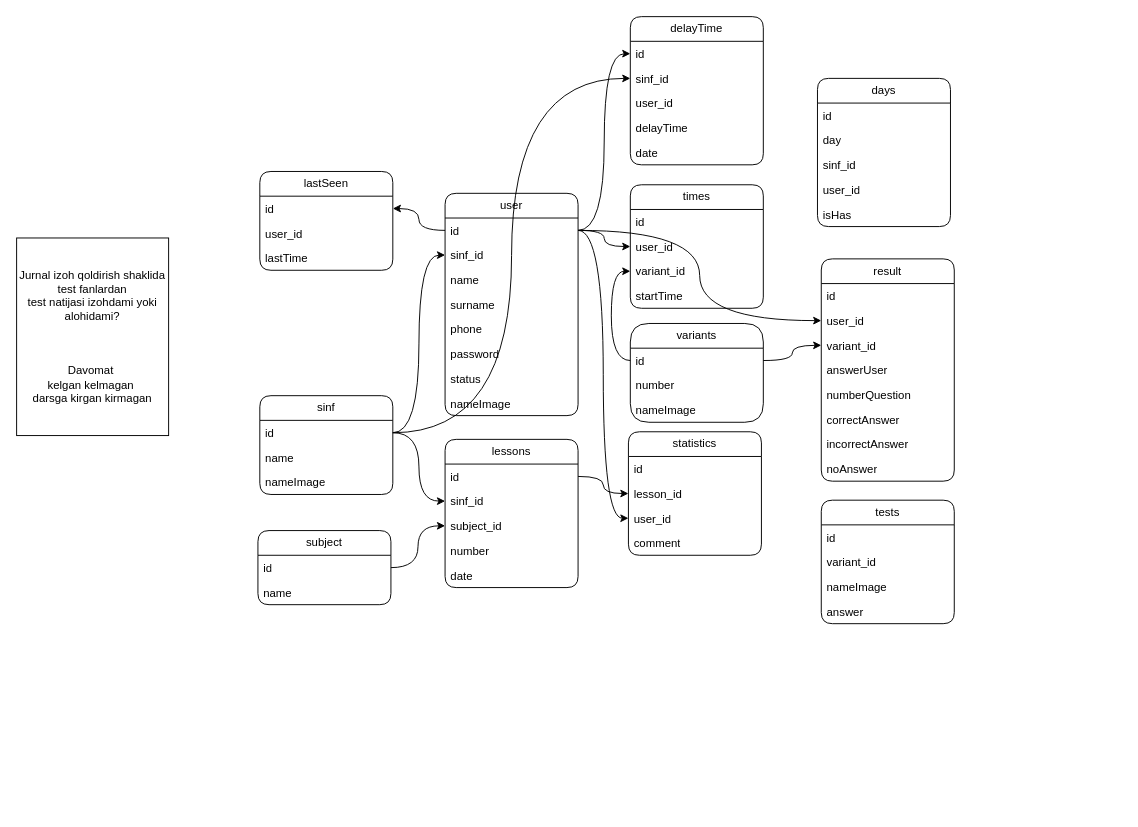
The draw.io diagram Ixlos.drawio in MardonAslonov/DrawIo, before the edit. Source tidied: cells renumbered, new cells numbered last; positions are measured from the earlier drawing's top-left corner, leaving out a move shared by most shapes. Both pictures are drawn from the tidied source at 95%, with x=0, y=0 at pixel (16, 16).
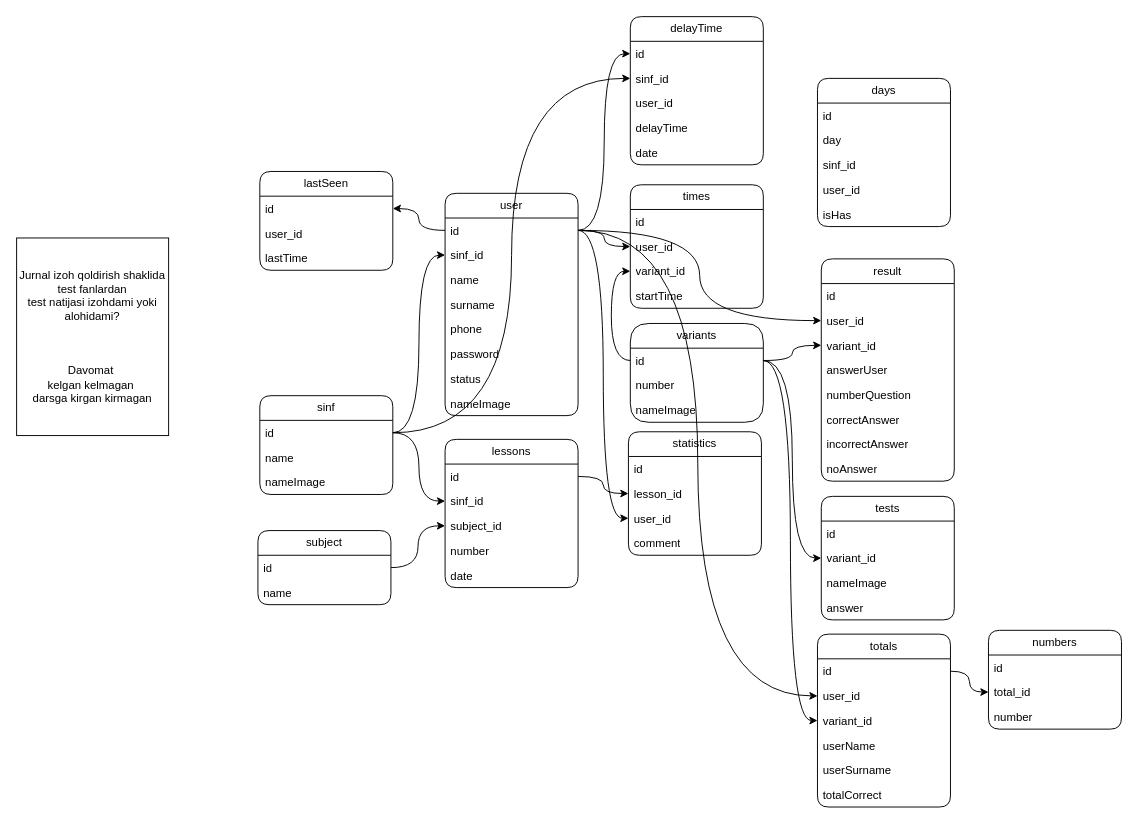
After the change.

Unchanged cells that the change refers to:
```xml
<mxCell id="3" value="id" style="text;strokeColor=none;fillColor=none;align=left;verticalAlign=top;spacingLeft=4;spacingRight=4;overflow=hidden;points=[[0,0.5],[1,0.5]];portConstraint=eastwest;whiteSpace=wrap;html=1;" parent="2" vertex="1">
  <mxGeometry y="26" width="140" height="26" as="geometry" />
</mxCell>
<mxCell id="55" value="id" style="text;strokeColor=none;fillColor=none;align=left;verticalAlign=top;spacingLeft=4;spacingRight=4;overflow=hidden;points=[[0,0.5],[1,0.5]];portConstraint=eastwest;whiteSpace=wrap;html=1;" parent="54" vertex="1">
  <mxGeometry y="26" width="140" height="26" as="geometry" />
</mxCell>
<mxCell id="78" value="variant_id" style="text;strokeColor=none;fillColor=none;align=left;verticalAlign=top;spacingLeft=4;spacingRight=4;overflow=hidden;points=[[0,0.5],[1,0.5]];portConstraint=eastwest;whiteSpace=wrap;html=1;" parent="76" vertex="1">
  <mxGeometry y="52" width="140" height="26" as="geometry" />
</mxCell>
```

The edit, as a diff of the source:
```diff
@@
     <mxCell id="76" value="tests" style="swimlane;fontStyle=0;horizontal=1;startSize=26;fillColor=none;whiteSpace=wrap;html=1;rounded=1;shadow=0;glass=0;" parent="1" vertex="1">
-      <mxGeometry x="847" y="509" width="140" height="130" as="geometry" />
+      <mxGeometry x="847" y="505" width="140" height="130" as="geometry" />
     </mxCell>
@@
+    <mxCell id="81" style="edgeStyle=orthogonalEdgeStyle;rounded=0;jettySize=auto;html=1;entryX=0;entryY=0.5;entryDx=0;entryDy=0;curved=1;" parent="1" edge="1" source="55" target="78">
+      <mxGeometry relative="1" as="geometry" />
+    </mxCell>
+    <mxCell id="82" value="totals" style="swimlane;fontStyle=0;horizontal=1;startSize=26;fillColor=none;whiteSpace=wrap;html=1;rounded=1;shadow=0;glass=0;" parent="1" vertex="1">
+      <mxGeometry x="843" y="650" width="140" height="182" as="geometry" />
+    </mxCell>
+    <mxCell id="83" value="id" style="text;strokeColor=none;fillColor=none;align=left;verticalAlign=top;spacingLeft=4;spacingRight=4;overflow=hidden;points=[[0,0.5],[1,0.5]];portConstraint=eastwest;whiteSpace=wrap;html=1;" parent="82" vertex="1">
+      <mxGeometry y="26" width="140" height="26" as="geometry" />
+    </mxCell>
+    <mxCell id="84" value="user_id" style="text;strokeColor=none;fillColor=none;align=left;verticalAlign=top;spacingLeft=4;spacingRight=4;overflow=hidden;points=[[0,0.5],[1,0.5]];portConstraint=eastwest;whiteSpace=wrap;html=1;" parent="82" vertex="1">
+      <mxGeometry y="52" width="140" height="26" as="geometry" />
+    </mxCell>
+    <mxCell id="85" value="variant_id" style="text;strokeColor=none;fillColor=none;align=left;verticalAlign=top;spacingLeft=4;spacingRight=4;overflow=hidden;points=[[0,0.5],[1,0.5]];portConstraint=eastwest;whiteSpace=wrap;html=1;" parent="82" vertex="1">
+      <mxGeometry y="78" width="140" height="26" as="geometry" />
+    </mxCell>
+    <mxCell id="86" value="userName" style="text;strokeColor=none;fillColor=none;align=left;verticalAlign=top;spacingLeft=4;spacingRight=4;overflow=hidden;whiteSpace=wrap;html=1;" parent="82" vertex="1">
+      <mxGeometry y="104" width="140" height="26" as="geometry" />
+    </mxCell>
+    <mxCell id="87" value="userSurname" style="text;strokeColor=none;fillColor=none;align=left;verticalAlign=top;spacingLeft=4;spacingRight=4;overflow=hidden;whiteSpace=wrap;html=1;" parent="82" vertex="1">
+      <mxGeometry y="130" width="140" height="26" as="geometry" />
+    </mxCell>
+    <mxCell id="88" value="totalCorrect" style="text;strokeColor=none;fillColor=none;align=left;verticalAlign=top;spacingLeft=4;spacingRight=4;overflow=hidden;whiteSpace=wrap;html=1;" parent="82" vertex="1">
+      <mxGeometry y="156" width="140" height="26" as="geometry" />
+    </mxCell>
+    <mxCell id="89" style="edgeStyle=orthogonalEdgeStyle;rounded=0;jettySize=auto;html=1;entryX=0;entryY=0.5;entryDx=0;entryDy=0;curved=1;" parent="1" edge="1" source="3" target="84">
+      <mxGeometry relative="1" as="geometry" />
+    </mxCell>
+    <mxCell id="90" style="edgeStyle=orthogonalEdgeStyle;rounded=0;jettySize=auto;html=1;entryX=0;entryY=0.5;entryDx=0;entryDy=0;curved=1;" parent="1" edge="1" source="55" target="85">
+      <mxGeometry relative="1" as="geometry" />
+    </mxCell>
+    <mxCell id="91" value="numbers" style="swimlane;fontStyle=0;horizontal=1;startSize=26;fillColor=none;whiteSpace=wrap;html=1;rounded=1;shadow=0;glass=0;" parent="1" vertex="1">
+      <mxGeometry x="1023" y="646" width="140" height="104" as="geometry" />
+    </mxCell>
+    <mxCell id="92" value="id" style="text;strokeColor=none;fillColor=none;align=left;verticalAlign=top;spacingLeft=4;spacingRight=4;overflow=hidden;whiteSpace=wrap;html=1;" parent="91" vertex="1">
+      <mxGeometry y="26" width="140" height="26" as="geometry" />
+    </mxCell>
+    <mxCell id="93" value="total_id" style="text;strokeColor=none;fillColor=none;align=left;verticalAlign=top;spacingLeft=4;spacingRight=4;overflow=hidden;points=[[0,0.5],[1,0.5]];portConstraint=eastwest;whiteSpace=wrap;html=1;" parent="91" vertex="1">
+      <mxGeometry y="52" width="140" height="26" as="geometry" />
+    </mxCell>
+    <mxCell id="94" value="number" style="text;strokeColor=none;fillColor=none;align=left;verticalAlign=top;spacingLeft=4;spacingRight=4;overflow=hidden;whiteSpace=wrap;html=1;" parent="91" vertex="1">
+      <mxGeometry y="78" width="140" height="26" as="geometry" />
+    </mxCell>
+    <mxCell id="95" style="edgeStyle=orthogonalEdgeStyle;rounded=0;jettySize=auto;html=1;entryX=0;entryY=0.5;entryDx=0;entryDy=0;curved=1;" parent="1" edge="1" source="83" target="93">
+      <mxGeometry relative="1" as="geometry" />
+    </mxCell>
```
